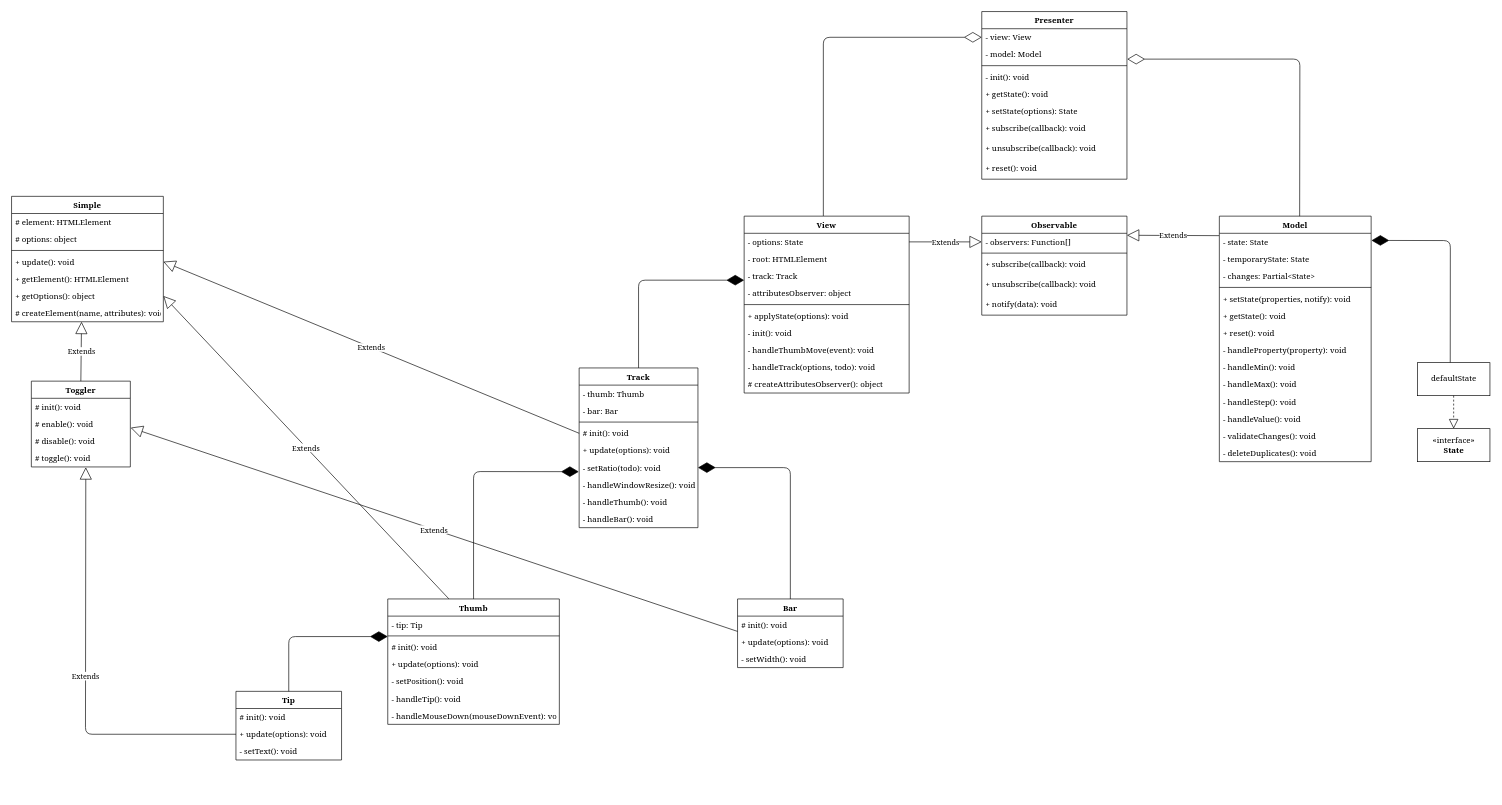
This is storage/diagram.drawio from AkhmadBabaev/ordinary-slider, a draw.io file, before an edit. Source tidied: cells renumbered, new cells numbered last; positions are measured from the earlier drawing's top-left corner, leaving out a move shared by most shapes. Both pictures are drawn from the tidied source at 66%, with x=0, y=0 at pixel (11, 11).
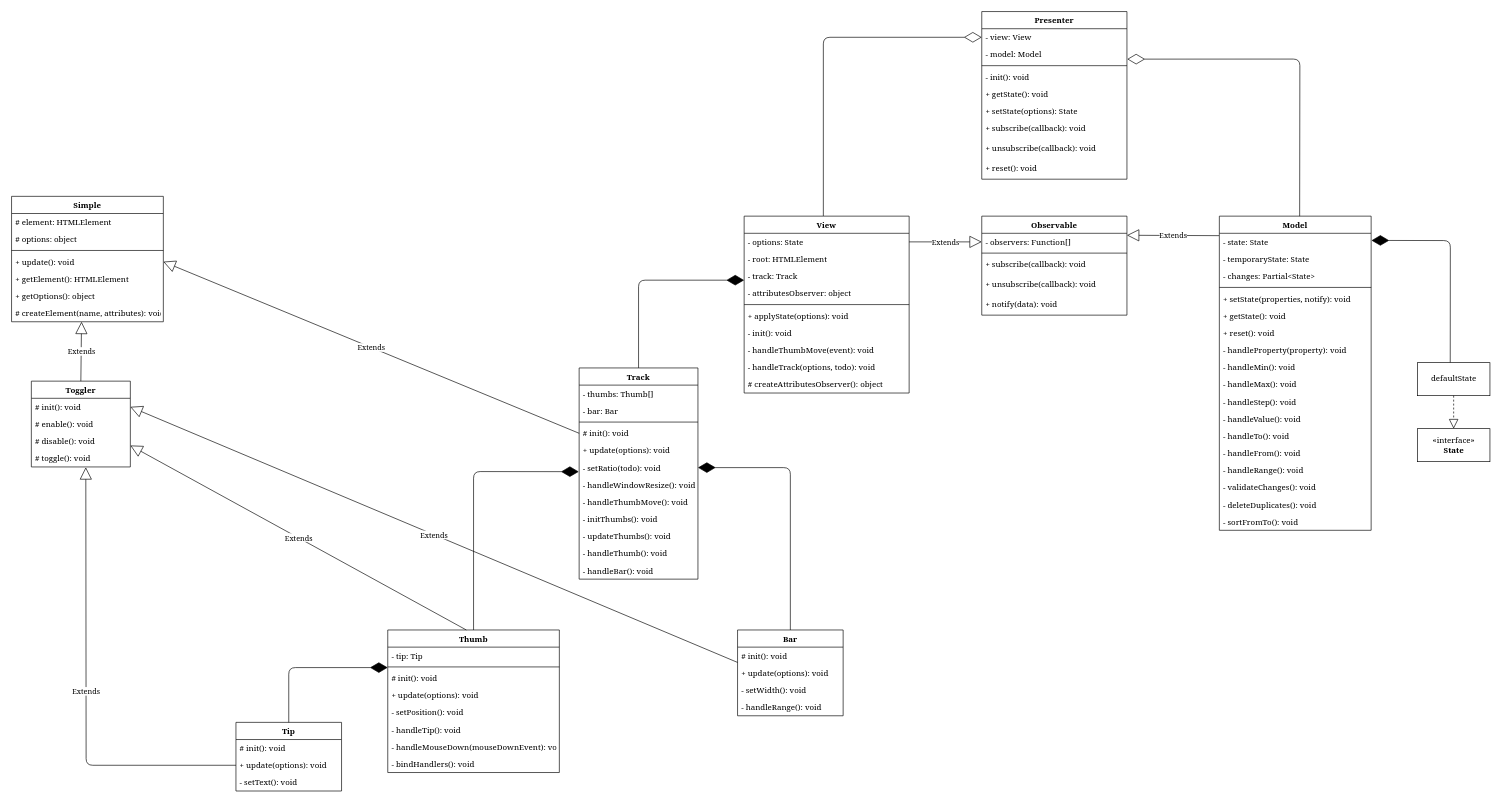
After the change.

Commit message (it also covers changes not shown here):
Update UML diagram

Unchanged cells that the change refers to:
```xml
<mxCell id="14" style="line;strokeWidth=1;fillColor=none;align=left;verticalAlign=middle;spacingTop=-1;spacingLeft=3;spacingRight=3;labelPosition=right;points=[];portConstraint=eastwest;snapToPoint=0;fontFamily=Georgia;" parent="12" vertex="1">
  <mxGeometry y="52" width="260" height="8" as="geometry" />
</mxCell>
<mxCell id="21" value="# init(): void" style="text;strokeColor=none;fillColor=none;align=left;verticalAlign=top;spacingLeft=4;spacingRight=4;overflow=hidden;points=[[0,0.5],[1,0.5]];portConstraint=eastwest;snapToPoint=0;fontFamily=Georgia;" parent="20" vertex="1">
  <mxGeometry y="26" width="160" height="26" as="geometry" />
</mxCell>
<mxCell id="26" value="+ update(options): void" style="text;strokeColor=none;fillColor=none;align=left;verticalAlign=top;spacingLeft=4;spacingRight=4;overflow=hidden;points=[[0,0.5],[1,0.5]];portConstraint=eastwest;snapToPoint=0;fontFamily=Georgia;" parent="24" vertex="1">
  <mxGeometry y="52" width="160" height="26" as="geometry" />
</mxCell>
<mxCell id="81" value="+ getOptions(): object" style="text;strokeColor=none;fillColor=none;align=left;verticalAlign=top;spacingLeft=4;spacingRight=4;overflow=hidden;points=[[0,0.5],[1,0.5]];portConstraint=eastwest;snapToPoint=0;fontFamily=Georgia;" parent="75" vertex="1">
  <mxGeometry y="138" width="230" height="26" as="geometry" />
</mxCell>
<mxCell id="83" value="Toggler" style="swimlane;fontStyle=1;align=center;verticalAlign=top;horizontal=1;startSize=26;fillColor=none;gradientColor=none;snapToPoint=0;fontFamily=Georgia;" parent="1" vertex="1">
  <mxGeometry x="30" y="560" width="150" height="130" as="geometry" />
</mxCell>
<mxCell id="84" value="# init(): void" style="text;strokeColor=none;fillColor=none;align=left;verticalAlign=top;spacingLeft=4;spacingRight=4;overflow=hidden;points=[[0,0.5],[1,0.5]];portConstraint=eastwest;snapToPoint=0;fontFamily=Georgia;" parent="83" vertex="1">
  <mxGeometry y="26" width="150" height="26" as="geometry" />
</mxCell>
<mxCell id="85" value="# enable(): void" style="text;strokeColor=none;fillColor=none;align=left;verticalAlign=top;spacingLeft=4;spacingRight=4;overflow=hidden;points=[[0,0.5],[1,0.5]];portConstraint=eastwest;snapToPoint=0;fontFamily=Georgia;" parent="83" vertex="1">
  <mxGeometry y="52" width="150" height="26" as="geometry" />
</mxCell>
<mxCell id="87" value="# toggle(): void" style="text;strokeColor=none;fillColor=none;align=left;verticalAlign=top;spacingLeft=4;spacingRight=4;overflow=hidden;points=[[0,0.5],[1,0.5]];portConstraint=eastwest;snapToPoint=0;fontFamily=Georgia;" parent="83" vertex="1">
  <mxGeometry y="104" width="150" height="26" as="geometry" />
</mxCell>
```

The edit, as a diff of the source:
```diff
@@
     <mxCell id="2" value="Track" style="swimlane;fontStyle=1;align=center;verticalAlign=top;horizontal=1;startSize=26;labelBackgroundColor=#ffffff;gradientColor=none;snapToPoint=0;fontFamily=Georgia;" parent="1" vertex="1">
-      <mxGeometry x="860" y="540" width="180" height="242" as="geometry" />
+      <mxGeometry x="860" y="540" width="180" height="320" as="geometry" />
     </mxCell>
-    <mxCell id="3" value="- thumb: Thumb" style="text;strokeColor=none;fillColor=none;align=left;verticalAlign=top;spacingLeft=4;spacingRight=4;overflow=hidden;fontFamily=Georgia;" parent="2" vertex="1">
+    <mxCell id="3" value="- thumbs: Thumb[]" style="text;strokeColor=none;fillColor=none;align=left;verticalAlign=top;spacingLeft=4;spacingRight=4;overflow=hidden;fontFamily=Georgia;" parent="2" vertex="1">
       <mxGeometry y="26" width="180" height="26" as="geometry" />
     </mxCell>
@@
+    <mxCell id="100" value="- handleThumbMove(): void" style="text;strokeColor=none;fillColor=none;align=left;verticalAlign=top;spacingLeft=4;spacingRight=4;overflow=hidden;fontFamily=Georgia;" parent="2" vertex="1">
+      <mxGeometry y="190" width="180" height="26" as="geometry" />
+    </mxCell>
+    <mxCell id="101" value="- initThumbs(): void" style="text;strokeColor=none;fillColor=none;align=left;verticalAlign=top;spacingLeft=4;spacingRight=4;overflow=hidden;fontFamily=Georgia;" parent="2" vertex="1">
+      <mxGeometry y="216" width="180" height="26" as="geometry" />
+    </mxCell>
+    <mxCell id="102" value="- updateThumbs(): void" style="text;strokeColor=none;fillColor=none;align=left;verticalAlign=top;spacingLeft=4;spacingRight=4;overflow=hidden;fontFamily=Georgia;" parent="2" vertex="1">
+      <mxGeometry y="242" width="180" height="26" as="geometry" />
+    </mxCell>
     <mxCell id="10" value="- handleThumb(): void" style="text;strokeColor=none;fillColor=none;align=left;verticalAlign=top;spacingLeft=4;spacingRight=4;overflow=hidden;fontFamily=Georgia;" parent="2" vertex="1">
-      <mxGeometry y="190" width="180" height="26" as="geometry" />
+      <mxGeometry y="268" width="180" height="26" as="geometry" />
     </mxCell>
     <mxCell id="11" value="- handleBar(): void" style="text;strokeColor=none;fillColor=none;align=left;verticalAlign=top;spacingLeft=4;spacingRight=4;overflow=hidden;fontFamily=Georgia;" parent="2" vertex="1">
-      <mxGeometry y="216" width="180" height="26" as="geometry" />
+      <mxGeometry y="294" width="180" height="26" as="geometry" />
     </mxCell>
     <mxCell id="12" value="Thumb" style="swimlane;fontStyle=1;align=center;verticalAlign=top;horizontal=1;startSize=26;labelBackgroundColor=#ffffff;gradientColor=none;snapToPoint=0;fontFamily=Georgia;" parent="1" vertex="1">
-      <mxGeometry x="570" y="890" width="260" height="190" as="geometry" />
+      <mxGeometry x="570" y="937" width="260" height="216" as="geometry" />
     </mxCell>
@@
+    <mxCell id="103" value="- bindHandlers(): void" style="text;strokeColor=none;fillColor=none;align=left;verticalAlign=top;spacingLeft=4;spacingRight=4;overflow=hidden;fontFamily=Georgia;" parent="12" vertex="1">
+      <mxGeometry y="190" width="260" height="26" as="geometry" />
+    </mxCell>
     <mxCell id="20" value="Bar" style="swimlane;fontStyle=1;align=center;verticalAlign=top;horizontal=1;startSize=26;labelBackgroundColor=#ffffff;gradientColor=none;snapToPoint=0;fontFamily=Georgia;" parent="1" vertex="1">
-      <mxGeometry x="1100" y="890" width="160" height="104" as="geometry" />
+      <mxGeometry x="1100" y="937" width="160" height="130" as="geometry" />
     </mxCell>
@@
+    <mxCell id="104" value="- handleRange(): void" style="text;strokeColor=none;fillColor=none;align=left;verticalAlign=top;spacingLeft=4;spacingRight=4;overflow=hidden;fontFamily=Georgia;" parent="20" vertex="1">
+      <mxGeometry y="104" width="160" height="26" as="geometry" />
+    </mxCell>
     <mxCell id="24" value="Tip" style="swimlane;fontStyle=1;align=center;verticalAlign=top;horizontal=1;startSize=26;labelBackgroundColor=#ffffff;gradientColor=none;snapToPoint=0;fontFamily=Georgia;" parent="1" vertex="1">
-      <mxGeometry x="340" y="1030" width="160" height="104" as="geometry" />
+      <mxGeometry x="340" y="1077" width="160" height="104" as="geometry" />
     </mxCell>
@@
     <mxCell id="36" value="Model" style="swimlane;fontStyle=1;align=center;verticalAlign=top;horizontal=1;startSize=26;labelBackgroundColor=#ffffff;gradientColor=none;snapToPoint=0;fontFamily=Georgia;" parent="1" vertex="1">
-      <mxGeometry x="1830" y="310" width="230" height="372" as="geometry" />
+      <mxGeometry x="1830" y="310" width="230" height="476" as="geometry" />
     </mxCell>
@@
+    <mxCell id="105" value="- handleTo(): void" style="text;strokeColor=none;fillColor=none;align=left;verticalAlign=top;spacingLeft=4;spacingRight=4;overflow=hidden;fontFamily=Georgia;" parent="36" vertex="1">
+      <mxGeometry y="320" width="230" height="26" as="geometry" />
+    </mxCell>
+    <mxCell id="106" value="- handleFrom(): void" style="text;strokeColor=none;fillColor=none;align=left;verticalAlign=top;spacingLeft=4;spacingRight=4;overflow=hidden;fontFamily=Georgia;" parent="36" vertex="1">
+      <mxGeometry y="346" width="230" height="26" as="geometry" />
+    </mxCell>
+    <mxCell id="107" value="- handleRange(): void" style="text;strokeColor=none;fillColor=none;align=left;verticalAlign=top;spacingLeft=4;spacingRight=4;overflow=hidden;fontFamily=Georgia;" parent="36" vertex="1">
+      <mxGeometry y="372" width="230" height="26" as="geometry" />
+    </mxCell>
     <mxCell id="49" value="- validateChanges(): void" style="text;strokeColor=none;fillColor=none;align=left;verticalAlign=top;spacingLeft=4;spacingRight=4;overflow=hidden;fontFamily=Georgia;" parent="36" vertex="1">
-      <mxGeometry y="320" width="230" height="26" as="geometry" />
+      <mxGeometry y="398" width="230" height="26" as="geometry" />
     </mxCell>
     <mxCell id="50" value="- deleteDuplicates(): void" style="text;strokeColor=none;fillColor=none;align=left;verticalAlign=top;spacingLeft=4;spacingRight=4;overflow=hidden;fontFamily=Georgia;" parent="36" vertex="1">
-      <mxGeometry y="346" width="230" height="26" as="geometry" />
+      <mxGeometry y="424" width="230" height="26" as="geometry" />
     </mxCell>
+    <mxCell id="108" value="- sortFromTo(): void" style="text;strokeColor=none;fillColor=none;align=left;verticalAlign=top;spacingLeft=4;spacingRight=4;overflow=hidden;fontFamily=Georgia;" parent="36" vertex="1">
+      <mxGeometry y="450" width="230" height="26" as="geometry" />
+    </mxCell>
@@
     <mxCell id="89" value="Extends" style="endArrow=block;endSize=16;endFill=0;html=1;exitX=0;exitY=0.5;exitDx=0;exitDy=0;snapToPoint=0;fontFamily=Georgia;entryX=0.55;entryY=1.019;entryDx=0;entryDy=0;entryPerimeter=0;" parent="1" edge="1" source="26" target="87">
       <mxGeometry relative="1" as="geometry">
         <Array as="points">
-          <mxPoint x="112" y="1095" />
+          <mxPoint x="113" y="1142" />
         </Array>
       </mxGeometry>
     </mxCell>
-    <mxCell id="90" value="Extends" style="endArrow=block;endSize=16;endFill=0;html=1;entryX=1.003;entryY=0.713;entryDx=0;entryDy=0;entryPerimeter=0;exitX=0;exitY=0.892;exitDx=0;exitDy=0;exitPerimeter=0;snapToPoint=0;fontFamily=Georgia;" parent="1" edge="1" source="21" target="85">
+    <mxCell id="90" value="Extends" style="endArrow=block;endSize=16;endFill=0;html=1;entryX=1;entryY=0.5;entryDx=0;entryDy=0;exitX=0;exitY=0.892;exitDx=0;exitDy=0;exitPerimeter=0;snapToPoint=0;fontFamily=Georgia;" parent="1" edge="1" source="21" target="84">
       <mxGeometry relative="1" as="geometry" />
     </mxCell>
@@
-    <mxCell id="92" value="Extends" style="endArrow=block;endSize=16;endFill=0;html=1;entryX=1;entryY=0.5;entryDx=0;entryDy=0;exitX=0.356;exitY=-0.001;exitDx=0;exitDy=0;exitPerimeter=0;snapToPoint=0;fontFamily=Georgia;" parent="1" edge="1" source="12" target="81">
+    <mxCell id="92" value="Extends" style="endArrow=block;endSize=16;endFill=0;html=1;entryX=1;entryY=0.75;entryDx=0;entryDy=0;exitX=0.458;exitY=0;exitDx=0;exitDy=0;exitPerimeter=0;snapToPoint=0;fontFamily=Georgia;" parent="1" edge="1" source="12" target="83">
       <mxGeometry relative="1" as="geometry" />
     </mxCell>
@@
     <mxCell id="98" style="endArrow=diamondThin;endFill=1;endSize=24;html=1;fillColor=#FFFFFF;entryX=0;entryY=0.625;entryDx=0;entryDy=0;entryPerimeter=0;exitX=0.5;exitY=0;exitDx=0;exitDy=0;" parent="1" edge="1" source="24" target="14">
       <mxGeometry relative="1" as="geometry">
         <Array as="points">
-          <mxPoint x="420" y="947" />
+          <mxPoint x="420" y="994" />
         </Array>
       </mxGeometry>
     </mxCell>
```
